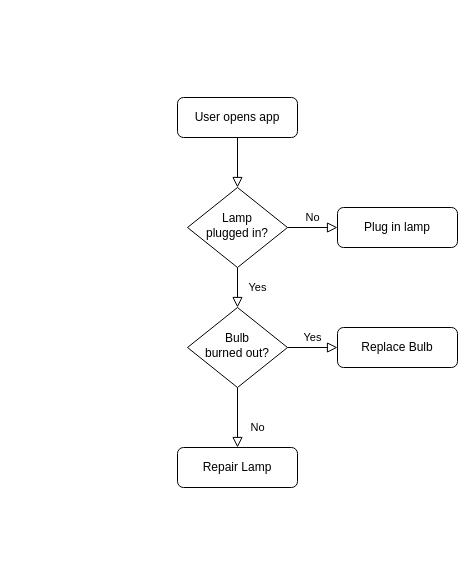
Before: cryptosystems.drawio in ComradOrg/Comrad, a draw.io diagram. Source tidied: cells renumbered, new cells numbered last; positions are measured from the earlier drawing's top-left corner, leaving out a move shared by most shapes. Both pictures are drawn from the tidied source at 100%, with x=0, y=0 at pixel (177, 97).
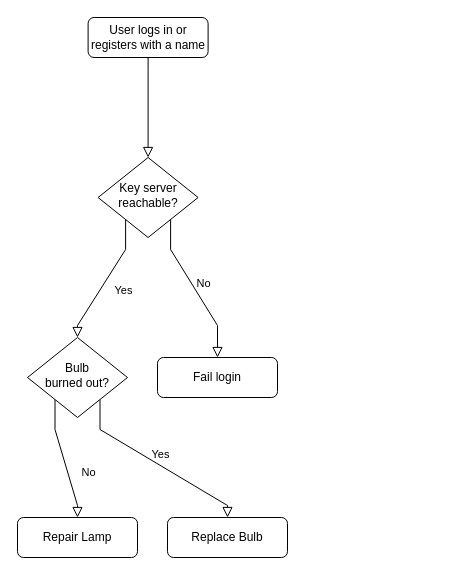
Above is the later version.

What changed in the source:
```diff
@@
-    <mxCell id="2" style="rounded=0;html=1;jettySize=auto;fontSize=11;endArrow=block;endFill=0;endSize=8;strokeWidth=1;shadow=0;labelBackgroundColor=none;edgeStyle=orthogonalEdgeStyle;" parent="1" edge="1" source="3" target="6">
-      <mxGeometry relative="1" as="geometry" />
+    <mxCell id="2" style="rounded=0;html=1;jettySize=auto;fontSize=11;endArrow=block;endFill=0;endSize=8;strokeWidth=1;shadow=0;labelBackgroundColor=none;edgeStyle=orthogonalEdgeStyle;noEdgeStyle=1;orthogonal=1;" parent="1" edge="1" source="3" target="6">
+      <mxGeometry relative="1" as="geometry">
+        <Array as="points">
+          <mxPoint x="-29.4" y="-28" />
+          <mxPoint x="-29.4" y="48" />
+        </Array>
+      </mxGeometry>
     </mxCell>
-    <mxCell id="3" value="User opens app" style="rounded=1;whiteSpace=wrap;html=1;fontSize=12;glass=0;strokeWidth=1;shadow=0;" parent="1" vertex="1">
-      <mxGeometry width="120" height="40" as="geometry" />
+    <mxCell id="3" value="User logs in or registers with a name" style="rounded=1;whiteSpace=wrap;html=1;fontSize=12;glass=0;strokeWidth=1;shadow=0;" parent="1" vertex="1">
+      <mxGeometry x="-89.4" y="-80" width="120" height="40" as="geometry" />
     </mxCell>
-    <mxCell id="4" value="Yes" style="rounded=0;html=1;jettySize=auto;fontSize=11;endArrow=block;endFill=0;endSize=8;strokeWidth=1;shadow=0;labelBackgroundColor=none;edgeStyle=orthogonalEdgeStyle;" parent="1" edge="1" source="6" target="10">
-      <mxGeometry y="20" relative="1" as="geometry" />
+    <mxCell id="4" value="Yes" style="rounded=0;html=1;jettySize=auto;fontSize=11;endArrow=block;endFill=0;endSize=8;strokeWidth=1;shadow=0;labelBackgroundColor=none;edgeStyle=orthogonalEdgeStyle;noEdgeStyle=1;orthogonal=1;" parent="1" edge="1" source="6" target="10">
+      <mxGeometry y="20" relative="1" as="geometry">
+        <Array as="points">
+          <mxPoint x="-51.9" y="152" />
+          <mxPoint x="-100" y="228" />
+        </Array>
+      </mxGeometry>
     </mxCell>
-    <mxCell id="5" value="No" style="edgeStyle=orthogonalEdgeStyle;rounded=0;html=1;jettySize=auto;fontSize=11;endArrow=block;endFill=0;endSize=8;strokeWidth=1;shadow=0;labelBackgroundColor=none;" parent="1" edge="1" source="6" target="7">
-      <mxGeometry y="10" relative="1" as="geometry" />
+    <mxCell id="5" value="No" style="edgeStyle=orthogonalEdgeStyle;rounded=0;html=1;jettySize=auto;fontSize=11;endArrow=block;endFill=0;endSize=8;strokeWidth=1;shadow=0;labelBackgroundColor=none;noEdgeStyle=1;orthogonal=1;" parent="1" edge="1" source="6" target="7">
+      <mxGeometry y="10" relative="1" as="geometry">
+        <Array as="points">
+          <mxPoint x="-6.9" y="152" />
+          <mxPoint x="40" y="228" />
+        </Array>
+      </mxGeometry>
     </mxCell>
-    <mxCell id="6" value="Lamp&lt;br&gt;plugged in?" style="rhombus;whiteSpace=wrap;html=1;shadow=0;fontFamily=Helvetica;fontSize=12;align=center;strokeWidth=1;spacing=6;spacingTop=-4;" parent="1" vertex="1">
-      <mxGeometry x="10" y="90" width="100" height="80" as="geometry" />
+    <mxCell id="6" value="Key server reachable?" style="rhombus;whiteSpace=wrap;html=1;shadow=0;fontFamily=Helvetica;fontSize=12;align=center;strokeWidth=1;spacing=6;spacingTop=-4;" parent="1" vertex="1">
+      <mxGeometry x="-79.4" y="60" width="100" height="80" as="geometry" />
     </mxCell>
-    <mxCell id="7" value="Plug in lamp" style="rounded=1;whiteSpace=wrap;html=1;fontSize=12;glass=0;strokeWidth=1;shadow=0;" parent="1" vertex="1">
-      <mxGeometry x="160" y="110" width="120" height="40" as="geometry" />
+    <mxCell id="7" value="Fail login" style="rounded=1;whiteSpace=wrap;html=1;fontSize=12;glass=0;strokeWidth=1;shadow=0;" parent="1" vertex="1">
+      <mxGeometry x="-20" y="260" width="120" height="40" as="geometry" />
     </mxCell>
-    <mxCell id="8" value="No" style="rounded=0;html=1;jettySize=auto;fontSize=11;endArrow=block;endFill=0;endSize=8;strokeWidth=1;shadow=0;labelBackgroundColor=none;edgeStyle=orthogonalEdgeStyle;" parent="1" edge="1" source="10" target="11">
-      <mxGeometry x="0.33" y="20" relative="1" as="geometry" />
+    <mxCell id="8" value="No" style="rounded=0;html=1;jettySize=auto;fontSize=11;endArrow=block;endFill=0;endSize=8;strokeWidth=1;shadow=0;labelBackgroundColor=none;edgeStyle=orthogonalEdgeStyle;noEdgeStyle=1;orthogonal=1;" parent="1" edge="1" source="10" target="11">
+      <mxGeometry x="0.33" y="20" relative="1" as="geometry">
+        <Array as="points">
+          <mxPoint x="-122.5" y="332" />
+          <mxPoint x="-100" y="408" />
+        </Array>
+      </mxGeometry>
     </mxCell>
-    <mxCell id="9" value="Yes" style="edgeStyle=orthogonalEdgeStyle;rounded=0;html=1;jettySize=auto;fontSize=11;endArrow=block;endFill=0;endSize=8;strokeWidth=1;shadow=0;labelBackgroundColor=none;" parent="1" edge="1" source="10" target="12">
-      <mxGeometry y="10" relative="1" as="geometry" />
+    <mxCell id="9" value="Yes" style="edgeStyle=orthogonalEdgeStyle;rounded=0;html=1;jettySize=auto;fontSize=11;endArrow=block;endFill=0;endSize=8;strokeWidth=1;shadow=0;labelBackgroundColor=none;noEdgeStyle=1;orthogonal=1;" parent="1" edge="1" source="10" target="12">
+      <mxGeometry y="10" relative="1" as="geometry">
+        <Array as="points">
+          <mxPoint x="-77.5" y="332" />
+          <mxPoint x="50" y="408" />
+        </Array>
+      </mxGeometry>
     </mxCell>
     <mxCell id="10" value="Bulb&lt;br&gt;burned out?" style="rhombus;whiteSpace=wrap;html=1;shadow=0;fontFamily=Helvetica;fontSize=12;align=center;strokeWidth=1;spacing=6;spacingTop=-4;" parent="1" vertex="1">
-      <mxGeometry x="10" y="210" width="100" height="80" as="geometry" />
+      <mxGeometry x="-150" y="240" width="100" height="80" as="geometry" />
     </mxCell>
     <mxCell id="11" value="Repair Lamp" style="rounded=1;whiteSpace=wrap;html=1;fontSize=12;glass=0;strokeWidth=1;shadow=0;" parent="1" vertex="1">
-      <mxGeometry y="350" width="120" height="40" as="geometry" />
+      <mxGeometry x="-160" y="420" width="120" height="40" as="geometry" />
     </mxCell>
     <mxCell id="12" value="Replace Bulb" style="rounded=1;whiteSpace=wrap;html=1;fontSize=12;glass=0;strokeWidth=1;shadow=0;" parent="1" vertex="1">
-      <mxGeometry x="160" y="230" width="120" height="40" as="geometry" />
+      <mxGeometry x="-10" y="420" width="120" height="40" as="geometry" />
     </mxCell>
```
